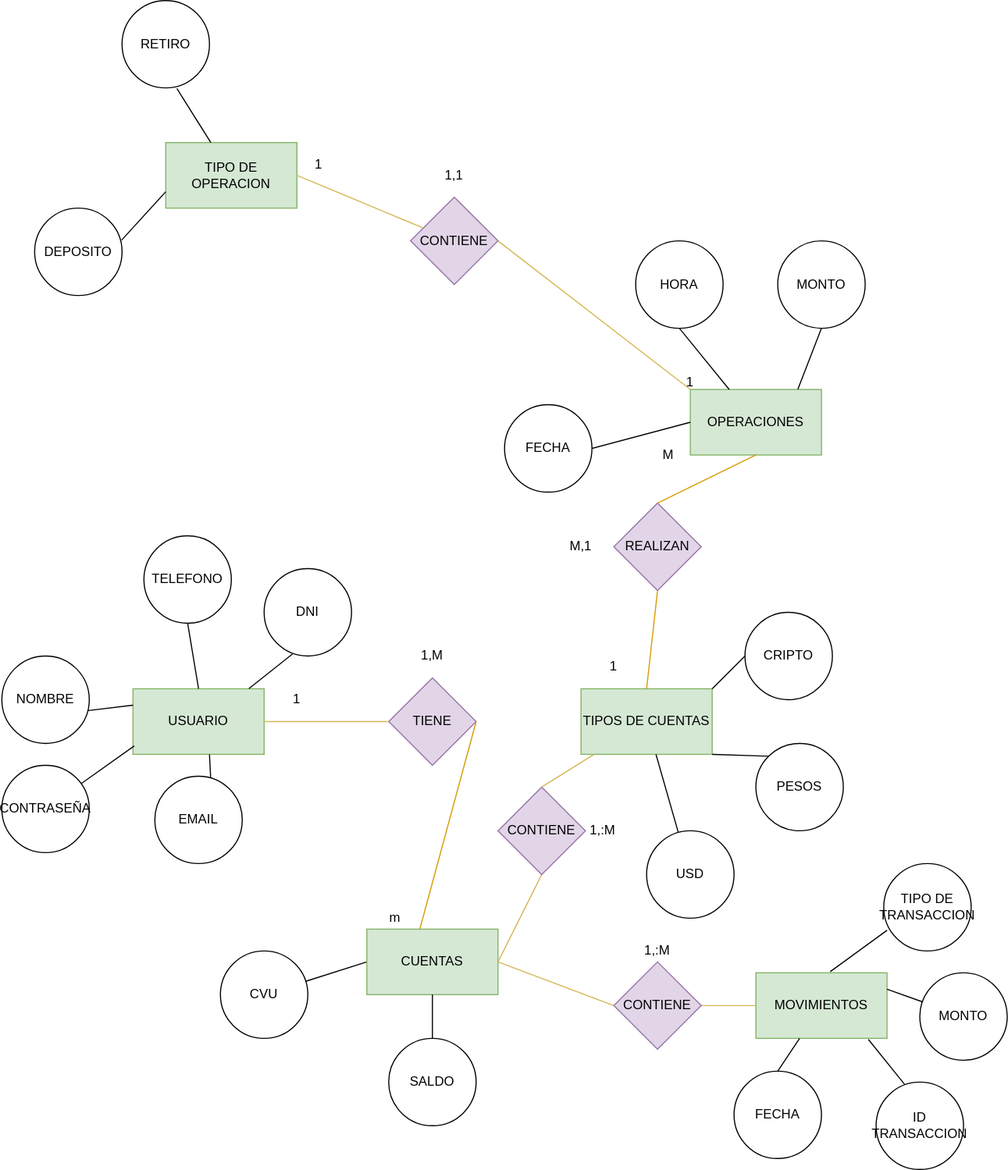
Above: Diagrama sin título.drawio.svg in Lauga2022/APP (draw.io), before the change. Source tidied: cells renumbered, new cells last; positions are measured from the earlier drawing's top-left corner, leaving out a move shared by most shapes.
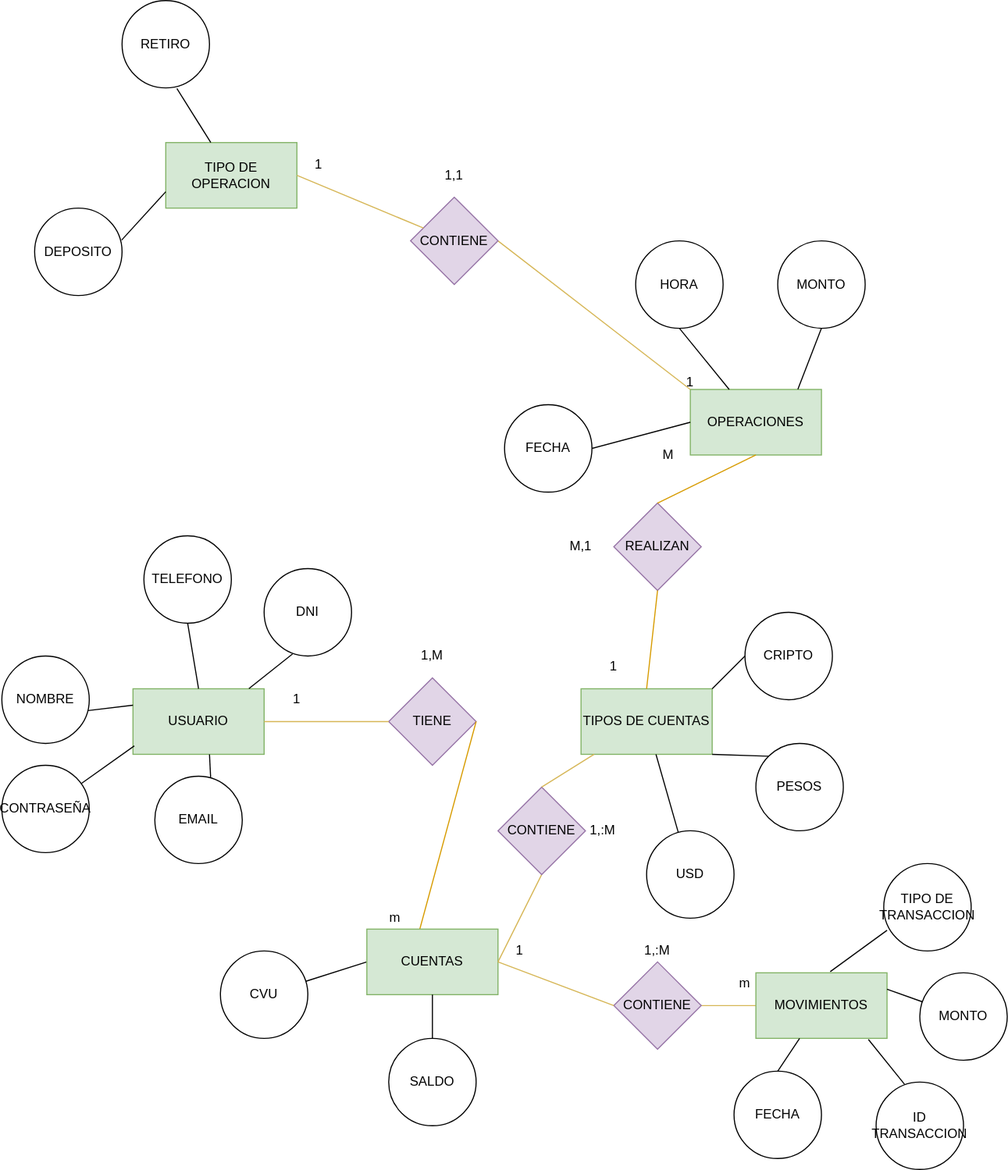
After the commit.

Change to the diagram source:
```diff
@@ -219,5 +219,11 @@
     <mxCell id="71" style="endArrow=none;html=1;rounded=0;entryX=0.01;entryY=0.872;entryDx=0;entryDy=0;entryPerimeter=0;" parent="1" edge="1" source="70" target="2">
       <mxGeometry relative="1" as="geometry" />
     </mxCell>
+    <mxCell id="72" value="m" style="whiteSpace=wrap;html=1;fillColor=none;strokeColor=none;" parent="1" vertex="1">
+      <mxGeometry x="620" y="870" width="120" height="60" as="geometry" />
+    </mxCell>
+    <mxCell id="73" value="1" style="whiteSpace=wrap;html=1;fillColor=none;strokeColor=none;" parent="1" vertex="1">
+      <mxGeometry x="414" y="840" width="120" height="60" as="geometry" />
+    </mxCell>
   </root>
 </mxGraphModel>
```
